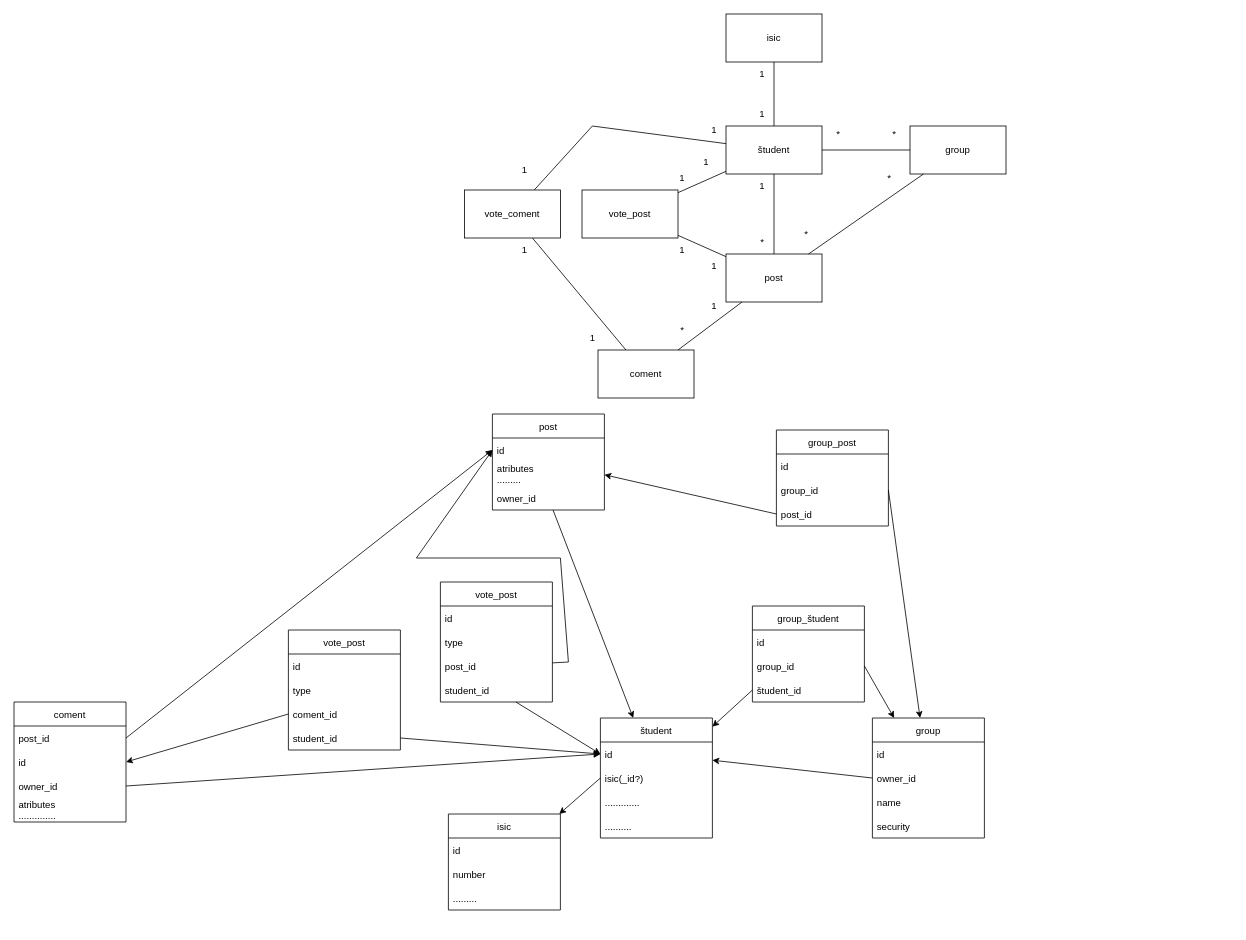
Earlier version of the draw.io diagram documentation/umlERDandER.drawio (MatejMagat305/RedditForStudents). Source tidied: cells renumbered, new cells numbered last; positions are measured from the earlier drawing's top-left corner, leaving out a move shared by most shapes. Both pictures are drawn from the tidied source at 80%, with x=0, y=0 at pixel (14, 14).
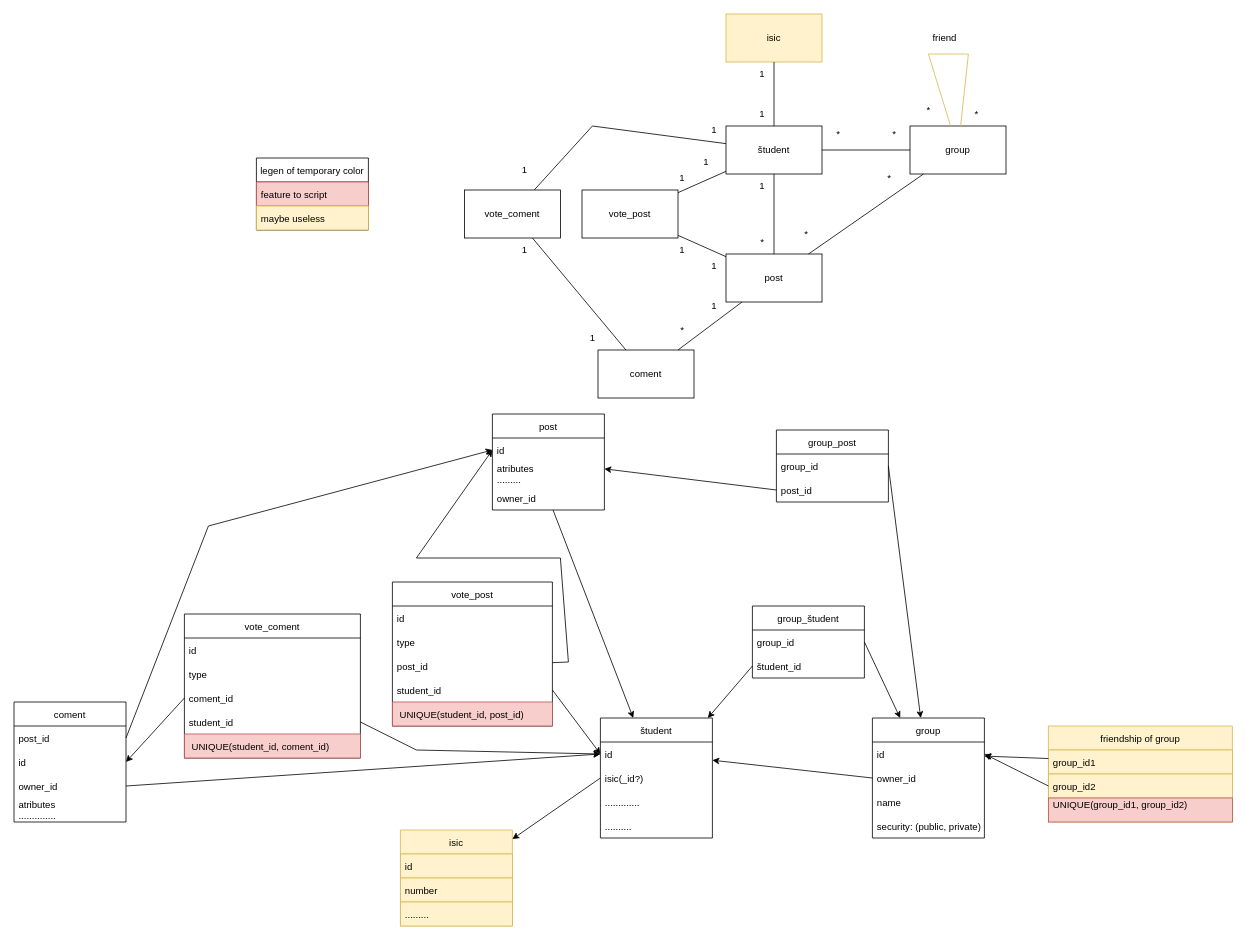
The same page after the edit.

Unchanged cells that the change refers to:
```xml
<mxCell id="3" value="id" style="text;strokeColor=none;fillColor=none;align=left;verticalAlign=middle;spacingLeft=4;spacingRight=4;overflow=hidden;points=[[0,0.5],[1,0.5]];portConstraint=eastwest;" parent="2" vertex="1">
  <mxGeometry y="30" width="140" height="30" as="geometry" />
</mxCell>
<mxCell id="7" value="group" style="swimlane;fontStyle=0;horizontal=1;startSize=30;" parent="1" vertex="1">
  <mxGeometry x="1073" y="880" width="140" height="150" as="geometry" />
</mxCell>
<mxCell id="8" value="id" style="text;strokeColor=none;fillColor=none;align=left;verticalAlign=middle;spacingLeft=4;spacingRight=4;overflow=hidden;points=[[0,0.5],[1,0.5]];portConstraint=eastwest;" parent="7" vertex="1">
  <mxGeometry y="30" width="140" height="30" as="geometry" />
</mxCell>
<mxCell id="20" value="id" style="text;strokeColor=none;fillColor=none;align=left;verticalAlign=middle;spacingLeft=4;spacingRight=4;overflow=hidden;points=[[0,0.5],[1,0.5]];portConstraint=eastwest;" parent="19" vertex="1">
  <mxGeometry y="30" width="140" height="30" as="geometry" />
</mxCell>
<mxCell id="31" value="post_id" style="text;strokeColor=none;fillColor=none;align=left;verticalAlign=middle;spacingLeft=4;spacingRight=4;overflow=hidden;points=[[0,0.5],[1,0.5]];portConstraint=eastwest;" parent="30" vertex="1">
  <mxGeometry y="30" width="140" height="30" as="geometry" />
</mxCell>
<mxCell id="38" value="group" style="rounded=0;whiteSpace=wrap;html=1;" parent="1" vertex="1">
  <mxGeometry x="1120" y="140" width="120" height="60" as="geometry" />
</mxCell>
```

The edit, as a diff of the source:
```diff
@@
-    <mxCell id="11" value="security" style="text;strokeColor=none;fillColor=none;align=left;verticalAlign=middle;spacingLeft=4;spacingRight=4;overflow=hidden;" parent="7" vertex="1">
+    <mxCell id="11" value="security: (public, private)" style="text;strokeColor=none;fillColor=none;align=left;verticalAlign=middle;spacingLeft=4;spacingRight=4;overflow=hidden;" parent="7" vertex="1">
       <mxGeometry y="120" width="140" height="30" as="geometry" />
     </mxCell>
     <mxCell id="12" value="group_študent" style="swimlane;fontStyle=0;horizontal=1;startSize=30;" parent="1" vertex="1">
-      <mxGeometry x="923" y="740" width="140" height="120" as="geometry" />
+      <mxGeometry x="923" y="740" width="140" height="90" as="geometry" />
     </mxCell>
-    <mxCell id="13" value="id" style="text;strokeColor=none;fillColor=none;align=left;verticalAlign=middle;spacingLeft=4;spacingRight=4;overflow=hidden;" parent="12" vertex="1">
-      <mxGeometry y="30" width="140" height="30" as="geometry" />
-    </mxCell>
     <mxCell id="14" value="group_id" style="text;strokeColor=none;fillColor=none;align=left;verticalAlign=middle;spacingLeft=4;spacingRight=4;overflow=hidden;points=[[0,0.5],[1,0.5]];portConstraint=eastwest;" parent="12" vertex="1">
-      <mxGeometry y="60" width="140" height="30" as="geometry" />
+      <mxGeometry y="30" width="140" height="30" as="geometry" />
     </mxCell>
     <mxCell id="15" value="študent_id" style="text;strokeColor=none;fillColor=none;align=left;verticalAlign=middle;spacingLeft=4;spacingRight=4;overflow=hidden;points=[[0,0.5],[1,0.5]];portConstraint=eastwest;" parent="12" vertex="1">
-      <mxGeometry y="90" width="140" height="30" as="geometry" />
+      <mxGeometry y="60" width="140" height="30" as="geometry" />
     </mxCell>
@@
     <mxCell id="23" value="group_post" style="swimlane;fontStyle=0;horizontal=1;startSize=30;" parent="1" vertex="1">
-      <mxGeometry x="953" y="520" width="140" height="120" as="geometry" />
+      <mxGeometry x="953" y="520" width="140" height="90" as="geometry" />
     </mxCell>
-    <mxCell id="24" value="id" style="text;strokeColor=none;fillColor=none;align=left;verticalAlign=middle;spacingLeft=4;spacingRight=4;overflow=hidden;" parent="23" vertex="1">
-      <mxGeometry y="30" width="140" height="30" as="geometry" />
-    </mxCell>
     <mxCell id="25" value="group_id" style="text;strokeColor=none;fillColor=none;align=left;verticalAlign=middle;spacingLeft=4;spacingRight=4;overflow=hidden;points=[[0,0.5],[1,0.5]];portConstraint=eastwest;" parent="23" vertex="1">
-      <mxGeometry y="60" width="140" height="30" as="geometry" />
+      <mxGeometry y="30" width="140" height="30" as="geometry" />
     </mxCell>
     <mxCell id="26" value="post_id" style="text;strokeColor=none;fillColor=none;align=left;verticalAlign=middle;spacingLeft=4;spacingRight=4;overflow=hidden;points=[[0,0.5],[1,0.5]];portConstraint=eastwest;" parent="23" vertex="1">
-      <mxGeometry y="90" width="140" height="30" as="geometry" />
+      <mxGeometry y="60" width="140" height="30" as="geometry" />
     </mxCell>
@@
     <mxCell id="36" style="endArrow=classic;html=1;rounded=0;exitX=1;exitY=0.5;exitDx=0;exitDy=0;entryX=0;entryY=0.5;entryDx=0;entryDy=0;" parent="1" edge="1" source="31" target="20">
-      <mxGeometry relative="1" as="geometry" />
+      <mxGeometry relative="1" as="geometry">
+        <Array as="points">
+          <mxPoint x="243" y="640" />
+        </Array>
+      </mxGeometry>
     </mxCell>
@@
-    <mxCell id="43" value="isic" style="swimlane;fontStyle=0;horizontal=1;startSize=30;" parent="1" vertex="1">
-      <mxGeometry x="543" y="1000" width="140" height="120" as="geometry" />
+    <mxCell id="43" value="isic" style="swimlane;fontStyle=0;horizontal=1;startSize=30;fillColor=#fff2cc;strokeColor=#d6b656;" parent="1" vertex="1">
+      <mxGeometry x="483" y="1020" width="140" height="120" as="geometry" />
     </mxCell>
-    <mxCell id="44" value="id" style="text;strokeColor=none;fillColor=none;align=left;verticalAlign=middle;spacingLeft=4;spacingRight=4;overflow=hidden;" parent="43" vertex="1">
+    <mxCell id="44" value="id" style="text;strokeColor=#d6b656;fillColor=#fff2cc;align=left;verticalAlign=middle;spacingLeft=4;spacingRight=4;overflow=hidden;" parent="43" vertex="1">
       <mxGeometry y="30" width="140" height="30" as="geometry" />
     </mxCell>
-    <mxCell id="45" value="number" style="text;strokeColor=none;fillColor=none;align=left;verticalAlign=middle;spacingLeft=4;spacingRight=4;overflow=hidden;" parent="43" vertex="1">
+    <mxCell id="45" value="number" style="text;strokeColor=#d6b656;fillColor=#fff2cc;align=left;verticalAlign=middle;spacingLeft=4;spacingRight=4;overflow=hidden;" parent="43" vertex="1">
       <mxGeometry y="60" width="140" height="30" as="geometry" />
     </mxCell>
-    <mxCell id="46" value="........." style="text;strokeColor=none;fillColor=none;align=left;verticalAlign=middle;spacingLeft=4;spacingRight=4;overflow=hidden;" parent="43" vertex="1">
+    <mxCell id="46" value="........." style="text;strokeColor=#d6b656;fillColor=#fff2cc;align=left;verticalAlign=middle;spacingLeft=4;spacingRight=4;overflow=hidden;" parent="43" vertex="1">
       <mxGeometry y="90" width="140" height="30" as="geometry" />
     </mxCell>
@@
-    <mxCell id="48" value="isic" style="rounded=0;whiteSpace=wrap;html=1;" parent="1" vertex="1">
+    <mxCell id="48" value="isic" style="rounded=0;whiteSpace=wrap;html=1;fillColor=#fff2cc;strokeColor=#d6b656;" parent="1" vertex="1">
       <mxGeometry x="890" width="120" height="60" as="geometry" />
     </mxCell>
@@
     <mxCell id="76" value="vote_post" style="swimlane;fontStyle=0;horizontal=1;startSize=30;" parent="1" vertex="1">
-      <mxGeometry x="533" y="710" width="140" height="150" as="geometry" />
+      <mxGeometry x="473" y="710" width="200" height="180" as="geometry" />
     </mxCell>
     <mxCell id="77" value="id" style="text;strokeColor=none;fillColor=none;align=left;verticalAlign=middle;spacingLeft=4;spacingRight=4;overflow=hidden;" parent="76" vertex="1">
-      <mxGeometry y="30" width="140" height="30" as="geometry" />
+      <mxGeometry y="30" width="200" height="30" as="geometry" />
     </mxCell>
     <mxCell id="78" value="type" style="text;strokeColor=none;fillColor=none;align=left;verticalAlign=middle;spacingLeft=4;spacingRight=4;overflow=hidden;" parent="76" vertex="1">
-      <mxGeometry y="60" width="140" height="30" as="geometry" />
+      <mxGeometry y="60" width="200" height="30" as="geometry" />
     </mxCell>
-    <mxCell id="79" value="post_id" style="text;strokeColor=none;fillColor=none;align=left;verticalAlign=middle;spacingLeft=4;spacingRight=4;overflow=hidden;points=[[0,0.5],[1,0.5]];portConstraint=eastwest;" parent="76" vertex="1">
-      <mxGeometry y="90" width="140" height="30" as="geometry" />
+    <mxCell id="79" value="post_id   " style="text;align=left;verticalAlign=middle;spacingLeft=4;spacingRight=4;overflow=hidden;points=[[0,0.5],[1,0.5]];portConstraint=eastwest;" parent="76" vertex="1">
+      <mxGeometry y="90" width="200" height="30" as="geometry" />
     </mxCell>
-    <mxCell id="80" value="student_id" style="text;strokeColor=none;fillColor=none;align=left;verticalAlign=middle;spacingLeft=4;spacingRight=4;overflow=hidden;points=[[0,0.5],[1,0.5]];portConstraint=eastwest;" parent="76" vertex="1">
-      <mxGeometry y="120" width="140" height="30" as="geometry" />
+    <mxCell id="80" value="student_id" style="text;align=left;verticalAlign=middle;spacingLeft=4;spacingRight=4;overflow=hidden;points=[[0,0.5],[1,0.5]];portConstraint=eastwest;" parent="76" vertex="1">
+      <mxGeometry y="120" width="200" height="30" as="geometry" />
     </mxCell>
+    <mxCell id="90" value=" UNIQUE(student_id, post_id)" style="text;strokeColor=#b85450;fillColor=#f8cecc;align=left;verticalAlign=middle;spacingLeft=4;spacingRight=4;overflow=hidden;" parent="76" vertex="1">
+      <mxGeometry y="150" width="200" height="30" as="geometry" />
+    </mxCell>
@@
-    <mxCell id="82" style="endArrow=classic;html=1;rounded=0;entryX=0;entryY=0.5;entryDx=0;entryDy=0;" parent="1" edge="1" source="80" target="3">
+    <mxCell id="82" style="endArrow=classic;html=1;rounded=0;entryX=0;entryY=0.5;entryDx=0;entryDy=0;exitX=1;exitY=0.5;exitDx=0;exitDy=0;" parent="1" edge="1" source="80" target="3">
       <mxGeometry relative="1" as="geometry" />
     </mxCell>
-    <mxCell id="83" value="vote_post" style="swimlane;fontStyle=0;horizontal=1;startSize=30;" parent="1" vertex="1">
-      <mxGeometry x="343" y="770" width="140" height="150" as="geometry" />
+    <mxCell id="83" value="vote_coment" style="swimlane;fontStyle=0;horizontal=1;startSize=30;" parent="1" vertex="1">
+      <mxGeometry x="213" y="750" width="220" height="180" as="geometry" />
     </mxCell>
     <mxCell id="84" value="id" style="text;strokeColor=none;fillColor=none;align=left;verticalAlign=middle;spacingLeft=4;spacingRight=4;overflow=hidden;" parent="83" vertex="1">
-      <mxGeometry y="30" width="140" height="30" as="geometry" />
+      <mxGeometry y="30" width="220" height="30" as="geometry" />
     </mxCell>
     <mxCell id="85" value="type" style="text;strokeColor=none;fillColor=none;align=left;verticalAlign=middle;spacingLeft=4;spacingRight=4;overflow=hidden;" parent="83" vertex="1">
-      <mxGeometry y="60" width="140" height="30" as="geometry" />
+      <mxGeometry y="60" width="220" height="30" as="geometry" />
     </mxCell>
-    <mxCell id="86" value="coment_id" style="text;strokeColor=none;fillColor=none;align=left;verticalAlign=middle;spacingLeft=4;spacingRight=4;overflow=hidden;points=[[0,0.5],[1,0.5]];portConstraint=eastwest;" parent="83" vertex="1">
-      <mxGeometry y="90" width="140" height="30" as="geometry" />
+    <mxCell id="86" value="coment_id" style="text;align=left;verticalAlign=middle;spacingLeft=4;spacingRight=4;overflow=hidden;points=[[0,0.5],[1,0.5]];portConstraint=eastwest;" parent="83" vertex="1">
+      <mxGeometry y="90" width="220" height="30" as="geometry" />
     </mxCell>
-    <mxCell id="87" value="student_id" style="text;strokeColor=none;fillColor=none;align=left;verticalAlign=middle;spacingLeft=4;spacingRight=4;overflow=hidden;points=[[0,0.5],[1,0.5]];portConstraint=eastwest;" parent="83" vertex="1">
-      <mxGeometry y="120" width="140" height="30" as="geometry" />
+    <mxCell id="87" value="student_id" style="text;align=left;verticalAlign=middle;spacingLeft=4;spacingRight=4;overflow=hidden;points=[[0,0.5],[1,0.5]];portConstraint=eastwest;" parent="83" vertex="1">
+      <mxGeometry y="120" width="220" height="30" as="geometry" />
     </mxCell>
+    <mxCell id="91" value=" UNIQUE(student_id, coment_id)" style="text;align=left;verticalAlign=middle;spacingLeft=4;spacingRight=4;overflow=hidden;fillColor=#f8cecc;strokeColor=#b85450;" parent="83" vertex="1">
+      <mxGeometry y="150" width="220" height="30" as="geometry" />
+    </mxCell>
@@
     <mxCell id="89" style="endArrow=classic;html=1;rounded=0;exitX=1;exitY=0.5;exitDx=0;exitDy=0;entryX=0;entryY=0.5;entryDx=0;entryDy=0;" parent="1" edge="1" source="87" target="3">
-      <mxGeometry relative="1" as="geometry" />
+      <mxGeometry relative="1" as="geometry">
+        <Array as="points">
+          <mxPoint x="503" y="920" />
+        </Array>
+      </mxGeometry>
     </mxCell>
+    <mxCell id="92" value="legen of temporary color" style="swimlane;fontStyle=0;horizontal=1;startSize=30;" parent="1" vertex="1">
+      <mxGeometry x="303" y="180" width="140" height="90" as="geometry" />
+    </mxCell>
+    <mxCell id="93" value="feature to script" style="text;strokeColor=#b85450;fillColor=#f8cecc;align=left;verticalAlign=middle;spacingLeft=4;spacingRight=4;overflow=hidden;" parent="92" vertex="1">
+      <mxGeometry y="30" width="140" height="30" as="geometry" />
+    </mxCell>
+    <mxCell id="94" value="maybe useless" style="text;strokeColor=#d6b656;fillColor=#fff2cc;align=left;verticalAlign=middle;spacingLeft=4;spacingRight=4;overflow=hidden;" parent="92" vertex="1">
+      <mxGeometry y="60" width="140" height="30" as="geometry" />
+    </mxCell>
+    <mxCell id="95" style="endArrow=none;html=1;rounded=0;fillColor=#fff2cc;strokeColor=#d6b656;" parent="1" edge="1" source="38" target="38">
+      <mxGeometry relative="1" as="geometry">
+        <Array as="points">
+          <mxPoint x="1193" y="50" />
+          <mxPoint x="1143" y="50" />
+        </Array>
+      </mxGeometry>
+    </mxCell>
+    <mxCell id="96" value="friend" style="text;html=1;align=center;verticalAlign=middle;strokeColor=none;fillColor=none;" parent="1" vertex="1">
+      <mxGeometry x="1138" y="15" width="50" height="30" as="geometry" />
+    </mxCell>
+    <mxCell id="97" value="*" style="text;html=1;align=center;verticalAlign=middle;strokeColor=none;fillColor=none;" parent="1" vertex="1">
+      <mxGeometry x="1128" y="105" width="30" height="30" as="geometry" />
+    </mxCell>
+    <mxCell id="98" value="friendship of group" style="swimlane;fontStyle=0;horizontal=1;startSize=30;fillColor=#fff2cc;strokeColor=#d6b656;" parent="1" vertex="1">
+      <mxGeometry x="1293" y="890" width="230" height="120" as="geometry" />
+    </mxCell>
+    <mxCell id="99" value="group_id1 " style="text;strokeColor=#d6b656;fillColor=#fff2cc;align=left;verticalAlign=middle;spacingLeft=4;spacingRight=4;overflow=hidden;points=[[0,0.5],[1,0.5]];portConstraint=eastwest;" parent="98" vertex="1">
+      <mxGeometry y="30" width="230" height="30" as="geometry" />
+    </mxCell>
+    <mxCell id="100" value="group_id2" style="text;strokeColor=#d6b656;fillColor=#fff2cc;align=left;verticalAlign=middle;spacingLeft=4;spacingRight=4;overflow=hidden;points=[[0,0.5],[1,0.5]];portConstraint=eastwest;" parent="98" vertex="1">
+      <mxGeometry y="60" width="230" height="30" as="geometry" />
+    </mxCell>
+    <mxCell id="101" value="UNIQUE(group_id1, group_id2)&#10; " style="text;strokeColor=#b85450;fillColor=#f8cecc;align=left;verticalAlign=middle;spacingLeft=4;spacingRight=4;overflow=hidden;" parent="98" vertex="1">
+      <mxGeometry y="90" width="230" height="30" as="geometry" />
+    </mxCell>
+    <mxCell id="102" style="endArrow=classic;html=1;rounded=0;" parent="1" edge="1" source="99" target="8">
+      <mxGeometry relative="1" as="geometry" />
+    </mxCell>
+    <mxCell id="103" style="endArrow=classic;html=1;rounded=0;entryX=1;entryY=0.5;entryDx=0;entryDy=0;exitX=0;exitY=0.5;exitDx=0;exitDy=0;" parent="1" edge="1" source="100" target="8">
+      <mxGeometry relative="1" as="geometry" />
+    </mxCell>
+    <mxCell id="104" value="*" style="text;html=1;align=center;verticalAlign=middle;strokeColor=none;fillColor=none;" parent="1" vertex="1">
+      <mxGeometry x="1188" y="110" width="30" height="30" as="geometry" />
+    </mxCell>
```
